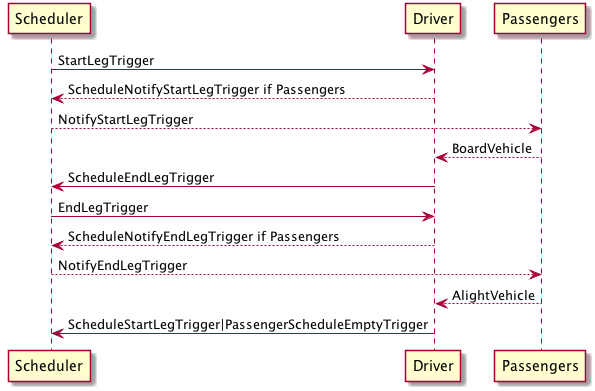
The PlantUML diagram docs/_static/uml/ProtocolDriving.png in LBNL-UCB-STI/beam, before a commit.
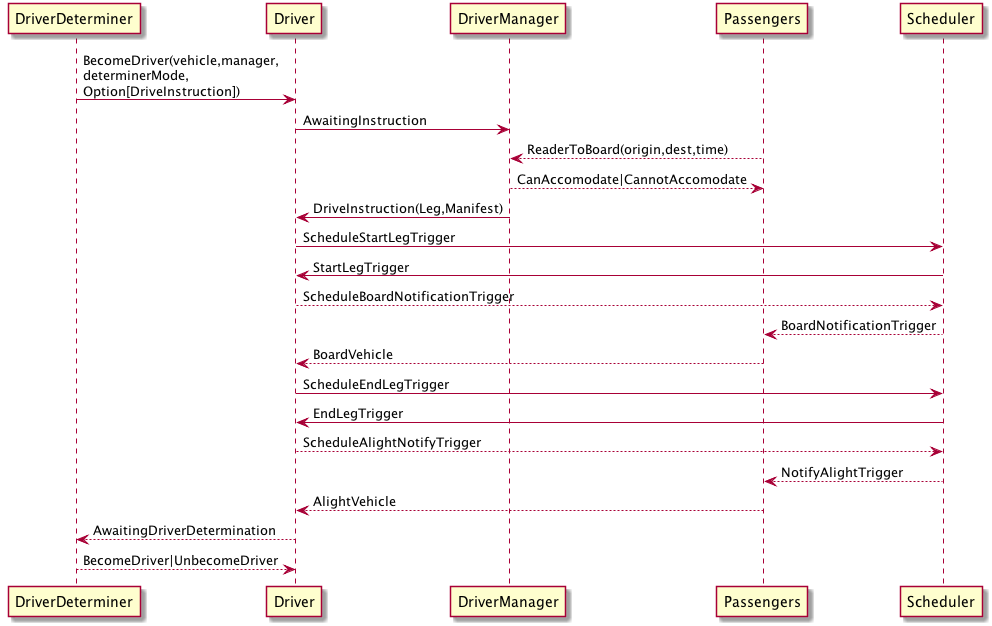
The same file after the commit.

Commit message:
refining proposed driver protocol

Diff of the diagram source:
```diff
@@ -1,12 +1,19 @@
 @startuml
+DriverDeterminer -> Driver: BecomeDriver(vehicle,manager,\ndeterminerMode,\nOption[DriveInstruction])
+Driver -> DriverManager: AwaitingInstruction
+Passengers --> DriverManager: ReaderToBoard(origin,dest,time)
+DriverManager --> Passengers: CanAccomodate|CannotAccomodate
+DriverManager -> Driver: DriveInstruction(Leg,Manifest)
+Driver -> Scheduler: ScheduleStartLegTrigger
 Scheduler -> Driver: StartLegTrigger
-Driver --> Scheduler: ScheduleNotifyStartLegTrigger if Passengers
-Scheduler --> Passengers: NotifyStartLegTrigger
+Driver --> Scheduler: ScheduleBoardNotificationTrigger
+Scheduler --> Passengers: BoardNotificationTrigger
 Passengers --> Driver: BoardVehicle
 Driver -> Scheduler: ScheduleEndLegTrigger
 Scheduler -> Driver: EndLegTrigger
-Driver --> Scheduler: ScheduleNotifyEndLegTrigger if Passengers
-Scheduler --> Passengers: NotifyEndLegTrigger
+Driver --> Scheduler: ScheduleAlightNotifyTrigger
+Scheduler --> Passengers: NotifyAlightTrigger
 Passengers --> Driver: AlightVehicle
-Driver -> Scheduler: ScheduleStartLegTrigger|PassengerScheduleEmptyTrigger
+Driver --> DriverDeterminer: AwaitingDriverDetermination
+DriverDeterminer --> Driver: BecomeDriver|UnbecomeDriver
 @enduml
```
